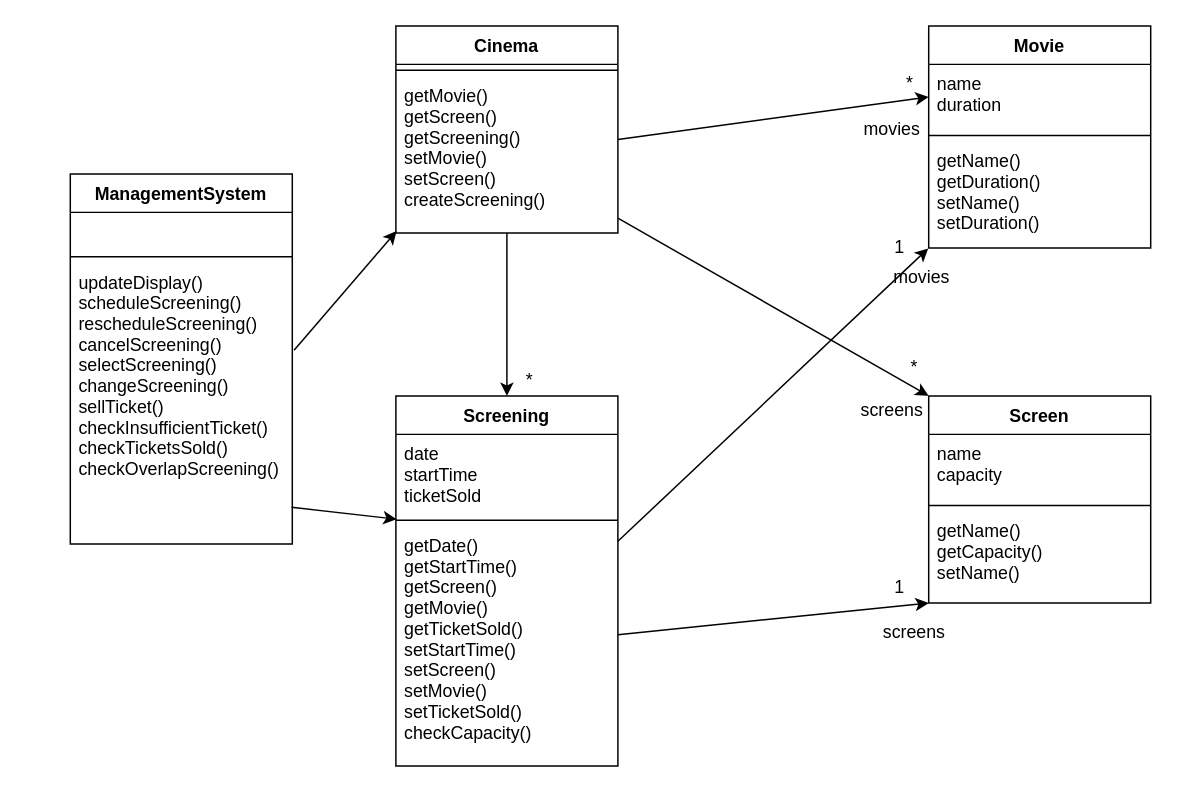
The draw.io diagram Analysis/Sequency Diagram/ClassDiagram.drawio in echo-cool/COMP3013J-Object-Oriented-Design-Cinema-Management-and-Booking-System, before the edit. Source tidied: cells renumbered, new cells numbered last; positions are measured from the earlier drawing's top-left corner, leaving out a move shared by most shapes. Both pictures are drawn from the tidied source at 148%, with x=0, y=0 at pixel (70, 25).
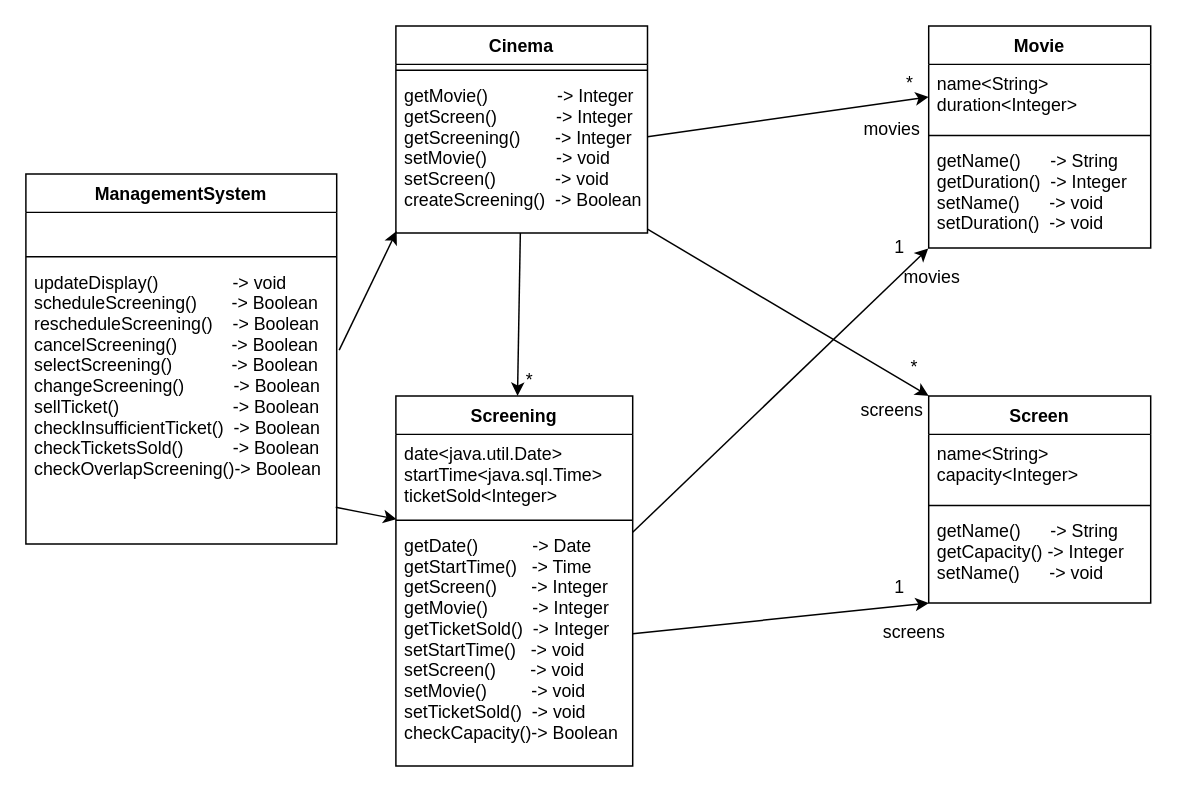
The same diagram, later.

Unchanged cells that the change refers to:
```xml
<mxCell id="10" value="Movie" style="swimlane;fontStyle=1;align=center;verticalAlign=top;horizontal=1;startSize=26;" parent="1" vertex="1">
  <mxGeometry x="580" width="150" height="150" as="geometry" />
</mxCell>
<mxCell id="14" value="Screen" style="swimlane;fontStyle=1;align=center;verticalAlign=top;horizontal=1;startSize=26;" parent="1" vertex="1">
  <mxGeometry x="580" y="250" width="150" height="140" as="geometry" />
</mxCell>
```

What changed in the source:
```diff
@@
     <mxCell id="2" value="ManagementSystem" style="swimlane;fontStyle=1;align=center;verticalAlign=top;horizontal=1;startSize=26;" parent="1" vertex="1">
-      <mxGeometry y="100" width="150" height="250" as="geometry" />
+      <mxGeometry x="-30" y="100" width="210" height="250" as="geometry" />
     </mxCell>
     <mxCell id="3" value="  " style="text;strokeColor=none;fillColor=none;align=left;verticalAlign=top;spacingLeft=4;spacingRight=4;overflow=hidden;" parent="2" vertex="1">
-      <mxGeometry y="26" width="150" height="26" as="geometry" />
+      <mxGeometry y="26" width="210" height="26" as="geometry" />
     </mxCell>
     <mxCell id="4" style="line;strokeWidth=1;fillColor=none;align=left;verticalAlign=middle;spacingTop=-1;spacingLeft=3;spacingRight=3;labelPosition=right;" parent="2" vertex="1">
-      <mxGeometry y="52" width="150" height="8" as="geometry" />
+      <mxGeometry y="52" width="210" height="8" as="geometry" />
     </mxCell>
-    <mxCell id="5" value="updateDisplay()&#10;scheduleScreening()&#10;rescheduleScreening()&#10;cancelScreening()&#10;selectScreening()&#10;changeScreening()&#10;sellTicket()&#10;checkInsufficientTicket()&#10;checkTicketsSold()&#10;checkOverlapScreening()" style="text;strokeColor=none;fillColor=none;align=left;verticalAlign=top;spacingLeft=4;spacingRight=4;overflow=hidden;points=[[0,0.5],[1,0.5]];portConstraint=eastwest;labelBackgroundColor=#ffffff;" parent="2" vertex="1">
-      <mxGeometry y="60" width="150" height="190" as="geometry" />
+    <mxCell id="5" value="updateDisplay()               -&gt; void&#10;scheduleScreening()       -&gt; Boolean&#10;rescheduleScreening()    -&gt; Boolean&#10;cancelScreening()           -&gt; Boolean&#10;selectScreening()            -&gt; Boolean&#10;changeScreening()          -&gt; Boolean&#10;sellTicket()                       -&gt; Boolean&#10;checkInsufficientTicket()  -&gt; Boolean&#10;checkTicketsSold()          -&gt; Boolean&#10;checkOverlapScreening()-&gt; Boolean" style="text;strokeColor=none;fillColor=none;align=left;verticalAlign=top;spacingLeft=4;spacingRight=4;overflow=hidden;points=[[0,0.5],[1,0.5]];portConstraint=eastwest;labelBackgroundColor=#ffffff;" parent="2" vertex="1">
+      <mxGeometry y="60" width="210" height="190" as="geometry" />
     </mxCell>
     <mxCell id="6" value="Screening" style="swimlane;fontStyle=1;align=center;verticalAlign=top;horizontal=1;startSize=26;" parent="1" vertex="1">
-      <mxGeometry x="220" y="250" width="150" height="250" as="geometry" />
+      <mxGeometry x="220" y="250" width="160" height="250" as="geometry" />
     </mxCell>
-    <mxCell id="7" value="date&#10;startTime&#10;ticketSold" style="text;strokeColor=none;fillColor=none;align=left;verticalAlign=top;spacingLeft=4;spacingRight=4;overflow=hidden;points=[[0,0.5],[1,0.5]];portConstraint=eastwest;" parent="6" vertex="1">
-      <mxGeometry y="26" width="150" height="54" as="geometry" />
+    <mxCell id="7" value="date&lt;java.util.Date&gt;&#10;startTime&lt;java.sql.Time&gt;&#10;ticketSold&lt;Integer&gt;" style="text;strokeColor=none;fillColor=none;align=left;verticalAlign=top;spacingLeft=4;spacingRight=4;overflow=hidden;points=[[0,0.5],[1,0.5]];portConstraint=eastwest;" parent="6" vertex="1">
+      <mxGeometry y="26" width="160" height="54" as="geometry" />
     </mxCell>
     <mxCell id="8" style="line;strokeWidth=1;fillColor=none;align=left;verticalAlign=middle;spacingTop=-1;spacingLeft=3;spacingRight=3;labelPosition=right;" parent="6" vertex="1">
-      <mxGeometry y="80" width="150" height="8" as="geometry" />
+      <mxGeometry y="80" width="160" height="8" as="geometry" />
     </mxCell>
-    <mxCell id="9" value="getDate()&#10;getStartTime()&#10;getScreen()&#10;getMovie()&#10;getTicketSold()&#10;setStartTime()&#10;setScreen()&#10;setMovie()&#10;setTicketSold()&#10;checkCapacity()" style="text;strokeColor=none;fillColor=none;align=left;verticalAlign=top;spacingLeft=4;spacingRight=4;overflow=hidden;points=[[0,0.5],[1,0.5]];portConstraint=eastwest;" parent="6" vertex="1">
-      <mxGeometry y="88" width="150" height="162" as="geometry" />
+    <mxCell id="9" value="getDate()           -&gt; Date&#10;getStartTime()   -&gt; Time&#10;getScreen()       -&gt; Integer&#10;getMovie()         -&gt; Integer&#10;getTicketSold()  -&gt; Integer&#10;setStartTime()   -&gt; void&#10;setScreen()       -&gt; void&#10;setMovie()         -&gt; void&#10;setTicketSold()  -&gt; void&#10;checkCapacity()-&gt; Boolean" style="text;strokeColor=none;fillColor=none;align=left;verticalAlign=top;spacingLeft=4;spacingRight=4;overflow=hidden;points=[[0,0.5],[1,0.5]];portConstraint=eastwest;" parent="6" vertex="1">
+      <mxGeometry y="88" width="160" height="162" as="geometry" />
     </mxCell>
@@
-    <mxCell id="11" value="name&#10;duration" style="text;strokeColor=none;fillColor=none;align=left;verticalAlign=top;spacingLeft=4;spacingRight=4;overflow=hidden;points=[[0,0.5],[1,0.5]];portConstraint=eastwest;" parent="10" vertex="1">
+    <mxCell id="11" value="name&lt;String&gt;&#10;duration&lt;Integer&gt;" style="text;strokeColor=none;fillColor=none;align=left;verticalAlign=top;spacingLeft=4;spacingRight=4;overflow=hidden;points=[[0,0.5],[1,0.5]];portConstraint=eastwest;" parent="10" vertex="1">
       <mxGeometry y="26" width="150" height="44" as="geometry" />
     </mxCell>
@@
-    <mxCell id="13" value="getName()&#10;getDuration()&#10;setName()&#10;setDuration()" style="text;strokeColor=none;fillColor=none;align=left;verticalAlign=top;spacingLeft=4;spacingRight=4;overflow=hidden;points=[[0,0.5],[1,0.5]];portConstraint=eastwest;" parent="10" vertex="1">
+    <mxCell id="13" value="getName()      -&gt; String&#10;getDuration()  -&gt; Integer&#10;setName()      -&gt; void&#10;setDuration()  -&gt; void" style="text;strokeColor=none;fillColor=none;align=left;verticalAlign=top;spacingLeft=4;spacingRight=4;overflow=hidden;points=[[0,0.5],[1,0.5]];portConstraint=eastwest;" parent="10" vertex="1">
       <mxGeometry y="78" width="150" height="72" as="geometry" />
     </mxCell>
@@
-    <mxCell id="15" value="name&#10;capacity" style="text;strokeColor=none;fillColor=none;align=left;verticalAlign=top;spacingLeft=4;spacingRight=4;overflow=hidden;" parent="14" vertex="1">
+    <mxCell id="15" value="name&lt;String&gt;&#10;capacity&lt;Integer&gt;" style="text;strokeColor=none;fillColor=none;align=left;verticalAlign=top;spacingLeft=4;spacingRight=4;overflow=hidden;" parent="14" vertex="1">
       <mxGeometry y="26" width="150" height="44" as="geometry" />
     </mxCell>
@@
-    <mxCell id="17" value="getName()&#10;getCapacity()&#10;setName()&#10;" style="text;strokeColor=none;fillColor=none;align=left;verticalAlign=top;spacingLeft=4;spacingRight=4;overflow=hidden;points=[[0,0.5],[1,0.5]];portConstraint=eastwest;" parent="14" vertex="1">
+    <mxCell id="17" value="getName()      -&gt; String&#10;getCapacity() -&gt; Integer&#10;setName()      -&gt; void&#10;" style="text;strokeColor=none;fillColor=none;align=left;verticalAlign=top;spacingLeft=4;spacingRight=4;overflow=hidden;points=[[0,0.5],[1,0.5]];portConstraint=eastwest;" parent="14" vertex="1">
       <mxGeometry y="78" width="150" height="62" as="geometry" />
     </mxCell>
@@
     <mxCell id="19" value="Cinema" style="swimlane;fontStyle=1;align=center;verticalAlign=top;horizontal=1;startSize=26;" parent="1" vertex="1">
-      <mxGeometry x="220" width="150" height="140" as="geometry" />
+      <mxGeometry x="220" width="170" height="140" as="geometry" />
     </mxCell>
     <mxCell id="20" style="line;strokeWidth=1;fillColor=none;align=left;verticalAlign=middle;spacingTop=-1;spacingLeft=3;spacingRight=3;labelPosition=right;" parent="19" vertex="1">
-      <mxGeometry y="26" width="150" height="8" as="geometry" />
+      <mxGeometry y="26" width="170" height="8" as="geometry" />
     </mxCell>
-    <mxCell id="21" value="getMovie()&#10;getScreen()&#10;getScreening()&#10;setMovie()&#10;setScreen()&#10;createScreening()&#10;" style="text;strokeColor=none;fillColor=none;align=left;verticalAlign=top;spacingLeft=4;spacingRight=4;overflow=hidden;points=[[0,0.5],[1,0.5]];portConstraint=eastwest;" parent="19" vertex="1">
-      <mxGeometry y="34" width="150" height="106" as="geometry" />
+    <mxCell id="21" value="getMovie()              -&gt; Integer&#10;getScreen()            -&gt; Integer&#10;getScreening()       -&gt; Integer&#10;setMovie()              -&gt; void&#10;setScreen()            -&gt; void&#10;createScreening()  -&gt; Boolean&#10;" style="text;strokeColor=none;fillColor=none;align=left;verticalAlign=top;spacingLeft=4;spacingRight=4;overflow=hidden;points=[[0,0.5],[1,0.5]];portConstraint=eastwest;" parent="19" vertex="1">
+      <mxGeometry y="34" width="170" height="106" as="geometry" />
     </mxCell>
@@
     <mxCell id="33" value="movies" style="text;html=1;align=center;verticalAlign=middle;strokeColor=none;fillColor=none;" parent="1" vertex="1">
-      <mxGeometry x="550" y="160" width="50" height="20" as="geometry" />
+      <mxGeometry x="557" y="160" width="50" height="20" as="geometry" />
     </mxCell>
```
